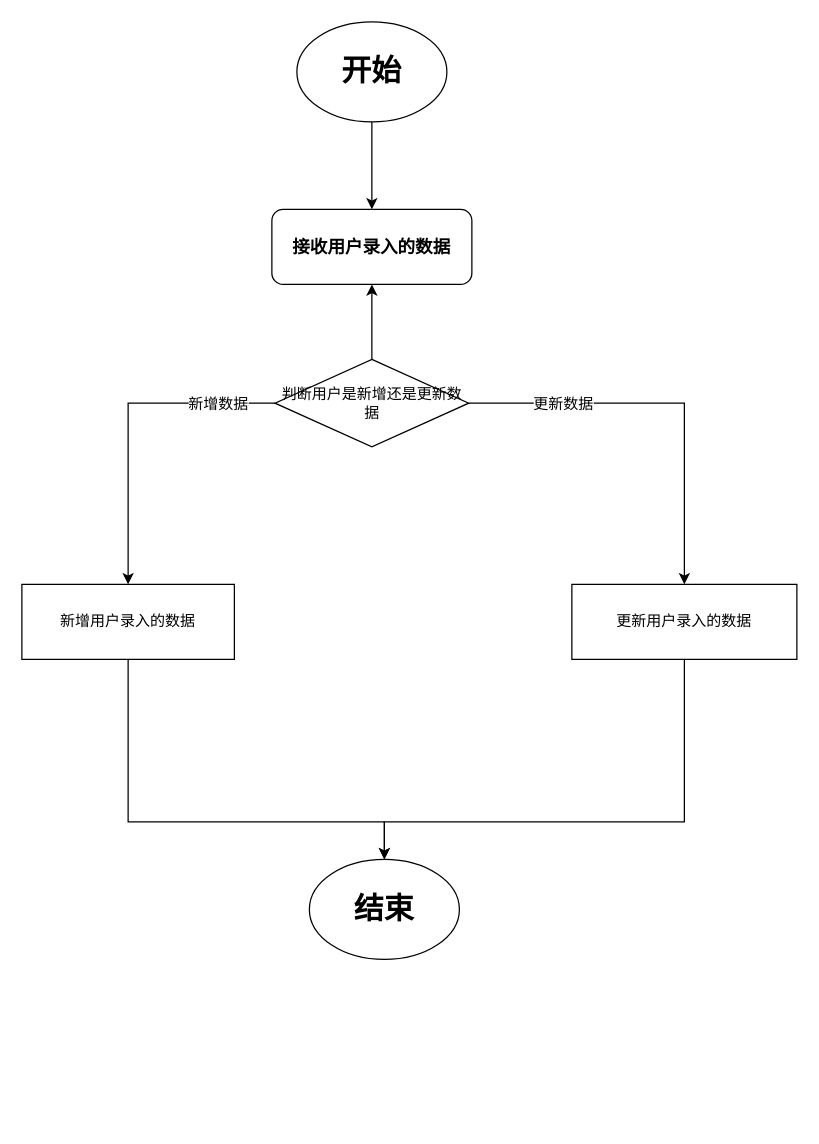
Before: manifest/草稿箱/录入舱单—在线录入.drawio in caixuecheng/track-drawio, a draw.io diagram. Source tidied: cells renumbered, new cells numbered last; positions are measured from the earlier drawing's top-left corner, leaving out a move shared by most shapes. Both pictures are drawn from the tidied source at 125%, with x=0, y=0 at pixel (21, 21).
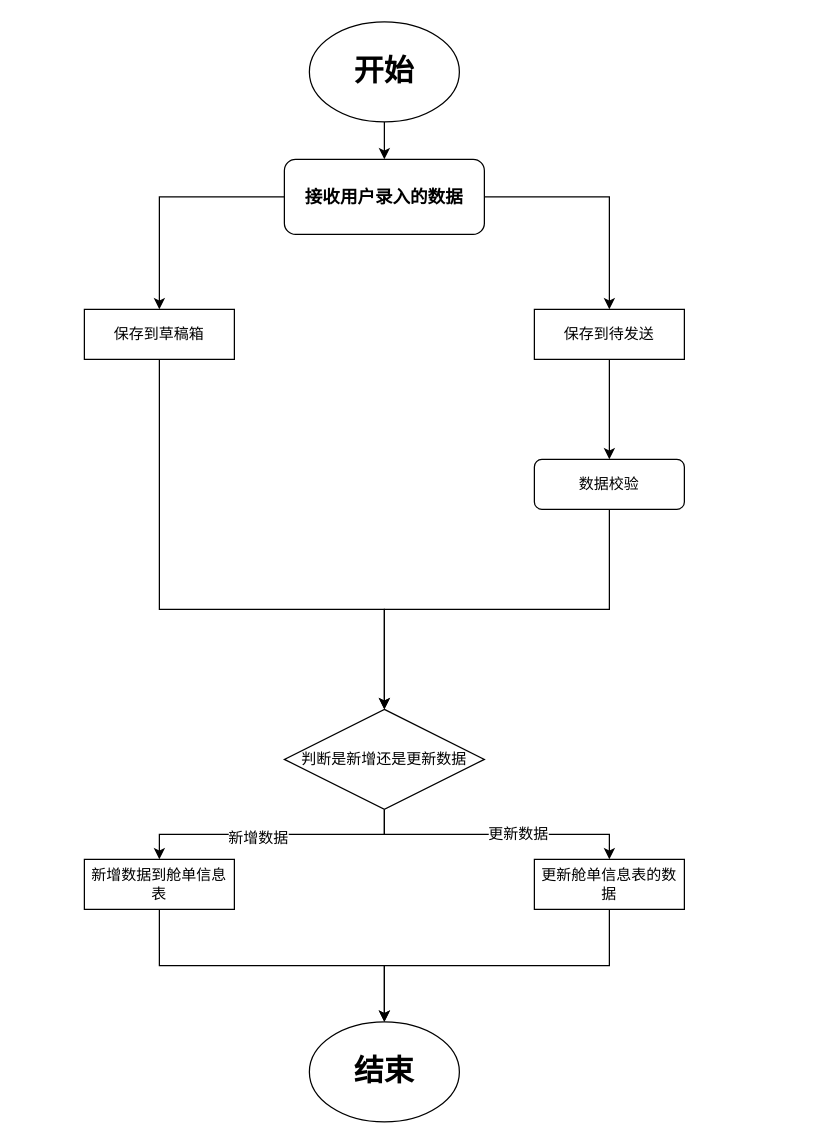
Above is the later version.

Commit message:
更新录入舱单—在线录入.drawio

What changed in the source:
```diff
@@
     <mxCell id="3" value="&lt;h1&gt;开始&lt;/h1&gt;" style="ellipse;whiteSpace=wrap;html=1;" parent="1" vertex="1">
-      <mxGeometry x="220" width="120" height="80" as="geometry" />
+      <mxGeometry x="230" width="120" height="80" as="geometry" />
     </mxCell>
+    <mxCell id="16" style="edgeStyle=orthogonalEdgeStyle;rounded=0;jettySize=auto;html=1;entryX=0.5;entryY=0;entryDx=0;entryDy=0;" parent="1" edge="1" source="4" target="19">
+      <mxGeometry relative="1" as="geometry" />
+    </mxCell>
+    <mxCell id="17" style="edgeStyle=orthogonalEdgeStyle;rounded=0;jettySize=auto;html=1;entryX=0.5;entryY=0;entryDx=0;entryDy=0;" parent="1" edge="1" source="4" target="21">
+      <mxGeometry relative="1" as="geometry" />
+    </mxCell>
     <mxCell id="4" value="&lt;h3&gt;接收用户录入的数据&lt;/h3&gt;" style="rounded=1;whiteSpace=wrap;html=1;" parent="1" vertex="1">
-      <mxGeometry x="200" y="150" width="160" height="60" as="geometry" />
+      <mxGeometry x="210" y="110" width="160" height="60" as="geometry" />
     </mxCell>
-    <mxCell id="5" style="edgeStyle=elbowEdgeStyle;rounded=0;jettySize=auto;elbow=vertical;html=1;exitX=0.5;exitY=1;exitDx=0;exitDy=0;entryX=0.5;entryY=0;entryDx=0;entryDy=0;" parent="1" edge="1" source="6" target="15">
-      <mxGeometry relative="1" as="geometry">
-        <Array as="points">
-          <mxPoint x="230" y="640" />
-          <mxPoint x="280" y="650" />
-          <mxPoint x="170" y="640" />
-        </Array>
-      </mxGeometry>
-    </mxCell>
-    <mxCell id="6" value="新增用户录入的数据" style="rounded=0;whiteSpace=wrap;html=1;" parent="1" vertex="1">
-      <mxGeometry y="450" width="170" height="60" as="geometry" />
-    </mxCell>
-    <mxCell id="7" style="edgeStyle=elbowEdgeStyle;rounded=0;jettySize=auto;elbow=vertical;html=1;exitX=0.5;exitY=1;exitDx=0;exitDy=0;" parent="1" edge="1" source="8">
-      <mxGeometry relative="1" as="geometry">
-        <mxPoint x="290" y="670" as="targetPoint" />
-        <Array as="points">
-          <mxPoint x="450" y="640" />
-          <mxPoint x="390" y="640" />
-          <mxPoint x="380" y="640" />
-          <mxPoint x="310" y="650" />
-          <mxPoint x="290" y="640" />
-          <mxPoint x="510" y="630" />
-        </Array>
-      </mxGeometry>
-    </mxCell>
-    <mxCell id="8" value="更新用户录入的数据" style="rounded=0;whiteSpace=wrap;html=1;" parent="1" vertex="1">
-      <mxGeometry x="440" y="450" width="180" height="60" as="geometry" />
-    </mxCell>
-    <mxCell id="9" style="edgeStyle=orthogonalEdgeStyle;rounded=0;jettySize=auto;html=1;" parent="1" edge="1" source="14" target="4">
-      <mxGeometry relative="1" as="geometry" />
-    </mxCell>
-    <mxCell id="10" style="edgeStyle=orthogonalEdgeStyle;rounded=0;jettySize=auto;html=1;exitX=1;exitY=0.5;exitDx=0;exitDy=0;" parent="1" edge="1" source="14">
-      <mxGeometry relative="1" as="geometry">
-        <mxPoint x="530" y="450" as="targetPoint" />
-        <Array as="points">
-          <mxPoint x="530" y="305" />
-        </Array>
-      </mxGeometry>
-    </mxCell>
+    <mxCell id="15" value="&lt;h1&gt;结束&lt;/h1&gt;" style="ellipse;whiteSpace=wrap;html=1;" parent="1" vertex="1">
+      <mxGeometry x="230" y="800" width="120" height="80" as="geometry" />
+    </mxCell>
+    <mxCell id="18" style="edgeStyle=elbowEdgeStyle;rounded=0;jettySize=auto;elbow=vertical;html=1;" parent="1" edge="1" source="19" target="26">
+      <mxGeometry relative="1" as="geometry">
+        <Array as="points">
+          <mxPoint x="290" y="470" />
+        </Array>
+      </mxGeometry>
+    </mxCell>
+    <mxCell id="19" value="保存到草稿箱" style="rounded=0;whiteSpace=wrap;html=1;" parent="1" vertex="1">
+      <mxGeometry x="50" y="230" width="120" height="40" as="geometry" />
+    </mxCell>
+    <mxCell id="20" style="edgeStyle=orthogonalEdgeStyle;rounded=0;jettySize=auto;html=1;" parent="1" edge="1" source="21" target="23">
+      <mxGeometry relative="1" as="geometry" />
+    </mxCell>
+    <mxCell id="21" value="保存到待发送" style="rounded=0;whiteSpace=wrap;html=1;" parent="1" vertex="1">
+      <mxGeometry x="410" y="230" width="120" height="40" as="geometry" />
+    </mxCell>
+    <mxCell id="22" style="edgeStyle=elbowEdgeStyle;rounded=0;jettySize=auto;elbow=vertical;html=1;" parent="1" edge="1" source="23" target="26">
+      <mxGeometry relative="1" as="geometry" />
+    </mxCell>
+    <mxCell id="23" value="数据校验" style="rounded=1;whiteSpace=wrap;html=1;" parent="1" vertex="1">
+      <mxGeometry x="410" y="350" width="120" height="40" as="geometry" />
+    </mxCell>
+    <mxCell id="24" style="edgeStyle=elbowEdgeStyle;rounded=0;jettySize=auto;elbow=vertical;html=1;entryX=0.5;entryY=0;entryDx=0;entryDy=0;" parent="1" edge="1" source="26" target="28">
+      <mxGeometry relative="1" as="geometry">
+        <Array as="points">
+          <mxPoint x="200" y="650" />
+        </Array>
+      </mxGeometry>
+    </mxCell>
+    <mxCell id="13" value="新增数据" style="text;html=1;align=center;verticalAlign=middle;labelBackgroundColor=#ffffff;" parent="24" vertex="1">
+      <mxGeometry x="0.11" y="2" relative="1" as="geometry" />
+    </mxCell>
+    <mxCell id="25" style="edgeStyle=elbowEdgeStyle;rounded=0;jettySize=auto;elbow=vertical;html=1;exitX=0.5;exitY=1;exitDx=0;exitDy=0;" parent="1" edge="1" source="26" target="30">
+      <mxGeometry relative="1" as="geometry" />
+    </mxCell>
-    <mxCell id="11" value="更新数据" style="text;html=1;align=center;verticalAlign=middle;labelBackgroundColor=#ffffff;" parent="10" vertex="1">
-      <mxGeometry x="-0.53" relative="1" as="geometry" />
+    <mxCell id="11" value="更新数据" style="text;html=1;align=center;verticalAlign=middle;labelBackgroundColor=#ffffff;" parent="25" vertex="1">
+      <mxGeometry x="0.15" y="1" relative="1" as="geometry" />
     </mxCell>
-    <mxCell id="12" style="edgeStyle=orthogonalEdgeStyle;rounded=0;jettySize=auto;html=1;exitX=0;exitY=0.5;exitDx=0;exitDy=0;entryX=0.5;entryY=0;entryDx=0;entryDy=0;" parent="1" edge="1" source="14" target="6">
-      <mxGeometry relative="1" as="geometry" />
-    </mxCell>
-    <mxCell id="13" value="新增数据" style="text;html=1;align=center;verticalAlign=middle;labelBackgroundColor=#ffffff;" parent="12" vertex="1">
-      <mxGeometry x="-0.65" relative="1" as="geometry" />
-    </mxCell>
-    <mxCell id="14" value="判断用户是新增还是更新数据" style="rhombus;whiteSpace=wrap;html=1;" parent="1" vertex="1">
-      <mxGeometry x="202.5" y="270" width="155" height="70" as="geometry" />
-    </mxCell>
-    <mxCell id="15" value="&lt;h1&gt;结束&lt;/h1&gt;" style="ellipse;whiteSpace=wrap;html=1;" parent="1" vertex="1">
-      <mxGeometry x="230" y="670" width="120" height="80" as="geometry" />
-    </mxCell>
+    <mxCell id="26" value="判断是新增还是更新数据" style="rhombus;whiteSpace=wrap;html=1;" parent="1" vertex="1">
+      <mxGeometry x="210" y="550" width="160" height="80" as="geometry" />
+    </mxCell>
+    <mxCell id="27" style="edgeStyle=elbowEdgeStyle;rounded=0;jettySize=auto;elbow=vertical;html=1;" parent="1" edge="1" source="28" target="15">
+      <mxGeometry relative="1" as="geometry" />
+    </mxCell>
+    <mxCell id="28" value="新增数据到舱单信息表" style="rounded=0;whiteSpace=wrap;html=1;" parent="1" vertex="1">
+      <mxGeometry x="50" y="670" width="120" height="40" as="geometry" />
+    </mxCell>
+    <mxCell id="29" style="edgeStyle=elbowEdgeStyle;rounded=0;jettySize=auto;elbow=vertical;html=1;" parent="1" edge="1" source="30" target="15">
+      <mxGeometry relative="1" as="geometry" />
+    </mxCell>
+    <mxCell id="30" value="更新舱单信息表的数据" style="rounded=0;whiteSpace=wrap;html=1;" parent="1" vertex="1">
+      <mxGeometry x="410" y="670" width="120" height="40" as="geometry" />
+    </mxCell>
```
